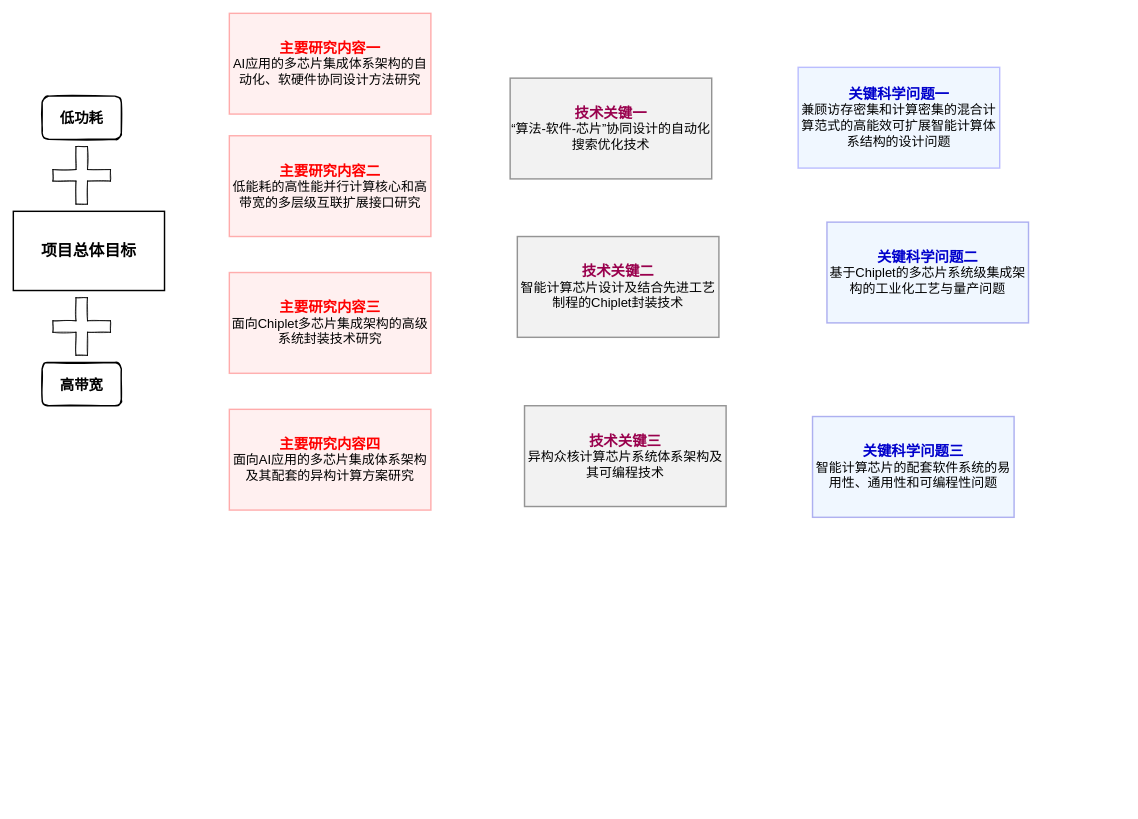
Before: page "Actor_OA" (3 of 3) of ir_bytecode_runtime.drawio in Tianyu9748/hello-world, a draw.io diagram. Source tidied: cells renumbered, new cells numbered last; positions are measured from the earlier drawing's top-left corner, leaving out a move shared by most shapes. Both pictures are drawn from the tidied source at 72%, with x=0, y=0 at pixel (13, 13).
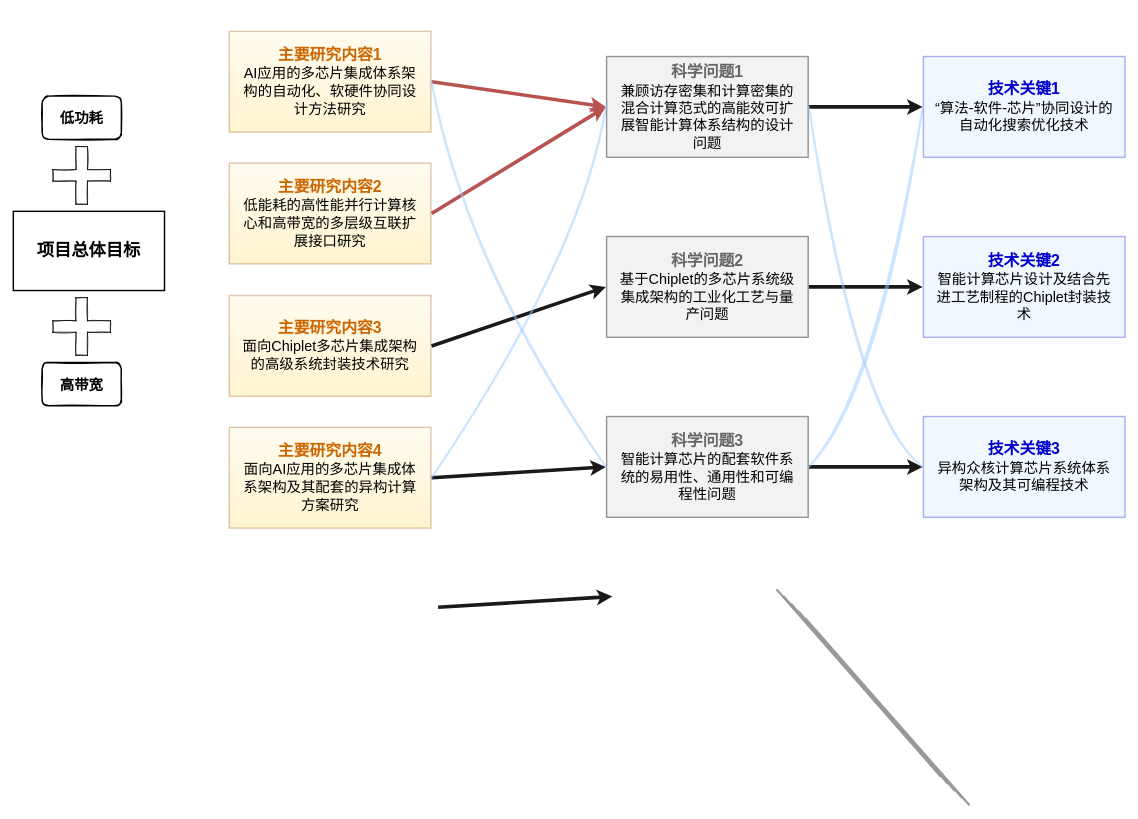
Above is the later version.

Change to the diagram source:
```diff
@@
-    <mxCell id="2" value="&lt;font face=&quot;宋体&quot; style=&quot;font-size: 22px;&quot;&gt;项目总体目标&lt;/font&gt;" style="rounded=0;whiteSpace=wrap;html=1;sketch=0;strokeWidth=2;perimeterSpacing=1;fontStyle=1;fillColor=#FFFFFF;" parent="1" vertex="1">
+    <mxCell id="2" value="&lt;font face=&quot;黑体&quot; style=&quot;font-size: 24px;&quot;&gt;项目总体目标&lt;/font&gt;" style="rounded=0;whiteSpace=wrap;html=1;sketch=0;strokeWidth=2;perimeterSpacing=1;fontStyle=1;fillColor=#FFFFFF;" parent="1" vertex="1">
       <mxGeometry y="275" width="210" height="110" as="geometry" />
     </mxCell>
@@
-    <mxCell id="5" value="&lt;b style=&quot;font-family: 宋体; font-size: 20px;&quot;&gt;&lt;font color=&quot;#0000cc&quot;&gt;关键科学问题三&lt;/font&gt;&lt;/b&gt;&lt;br style=&quot;&quot;&gt;&lt;font face=&quot;黑体&quot;&gt;智能计算芯片的配套软件系统的易用性、通用性和可编程性问题&lt;/font&gt;" style="whiteSpace=wrap;html=1;fontSize=18;rounded=0;gradientDirection=south;sketch=0;fillColor=#CCE5FF;strokeWidth=2;perimeterSpacing=1;opacity=30;strokeColor=#0000CC;" parent="4" vertex="1">
-      <mxGeometry x="1110" y="560" width="280" height="140" as="geometry" />
+    <mxCell id="5" value="&lt;font face=&quot;黑体&quot;&gt;&lt;b style=&quot;&quot;&gt;&lt;font color=&quot;#666666&quot; style=&quot;font-size: 22px; line-height: 1.2;&quot;&gt;科学问题3&lt;/font&gt;&lt;/b&gt;&lt;br style=&quot;font-size: 20px;&quot;&gt;&lt;font style=&quot;font-size: 20px;&quot;&gt;智能计算芯片的配套软件系统的易用性、通用性和可编程性问题&lt;/font&gt;&lt;/font&gt;" style="whiteSpace=wrap;html=1;fontSize=20;rounded=0;gradientDirection=south;sketch=0;fillColor=#E6E6E6;strokeWidth=2;perimeterSpacing=1;opacity=50;strokeColor=#333333;spacingLeft=10;spacingRight=10;glass=0;shadow=0;" parent="4" vertex="1">
+      <mxGeometry x="824" y="560" width="280" height="140" as="geometry" />
     </mxCell>
-    <mxCell id="6" value="&lt;font face=&quot;黑体&quot;&gt;&lt;b style=&quot;font-size: 20px;&quot;&gt;&lt;font style=&quot;&quot; color=&quot;#ff0000&quot;&gt;主要研究内容三&lt;/font&gt;&lt;/b&gt;&lt;br&gt;面向Chiplet多芯片集成架构的高级系统封装技术研究&lt;/font&gt;" style="whiteSpace=wrap;html=1;fontSize=18;rounded=0;sketch=0;fillColor=#FFCCCC;strokeWidth=2;perimeterSpacing=1;opacity=30;strokeColor=#FF0000;" parent="4" vertex="1">
-      <mxGeometry x="300" y="360" width="280" height="140" as="geometry" />
+    <mxCell id="6" value="&lt;font face=&quot;黑体&quot;&gt;&lt;font color=&quot;#cc6600&quot;&gt;&lt;b style=&quot;&quot;&gt;&lt;font style=&quot;font-size: 22px;&quot;&gt;主要研究内容3&lt;/font&gt;&lt;/b&gt;&lt;br&gt;&lt;/font&gt;&lt;font style=&quot;font-size: 20px;&quot;&gt;面向Chiplet多芯片集成架构的高级系统封装技术研究&lt;/font&gt;&lt;/font&gt;" style="whiteSpace=wrap;html=1;fontSize=18;rounded=0;sketch=0;fillColor=#fff2cc;strokeWidth=2;perimeterSpacing=1;opacity=30;strokeColor=#994C00;spacingLeft=10;spacingRight=10;gradientColor=#ffd966;" parent="4" vertex="1">
+      <mxGeometry x="300" y="392" width="280" height="140" as="geometry" />
     </mxCell>
-    <mxCell id="7" value="&lt;font face=&quot;黑体&quot;&gt;&lt;b style=&quot;&quot;&gt;&lt;font color=&quot;#99004d&quot; style=&quot;font-size: 20px;&quot;&gt;技术关键一&lt;/font&gt;&lt;br&gt;&lt;/b&gt;&lt;span style=&quot;background-color: initial; text-indent: 28pt;&quot;&gt;“算法&lt;/span&gt;&lt;span style=&quot;background-color: initial; text-indent: 28pt;&quot; lang=&quot;EN-US&quot;&gt;-&lt;/span&gt;&lt;span style=&quot;background-color: initial; text-indent: 28pt;&quot;&gt;软件&lt;/span&gt;&lt;span style=&quot;background-color: initial; text-indent: 28pt;&quot; lang=&quot;EN-US&quot;&gt;-&lt;/span&gt;&lt;span style=&quot;background-color: initial; text-indent: 28pt;&quot;&gt;芯片”协同设计的自动化搜索优化技术&lt;/span&gt;&lt;/font&gt;&lt;font face=&quot;宋体&quot;&gt;&lt;br&gt;&lt;/font&gt;" style="whiteSpace=wrap;html=1;fontSize=18;rounded=0;strokeWidth=2;glass=0;shadow=0;sketch=0;fillColor=#E6E6E6;perimeterSpacing=1;opacity=50;strokeColor=#333333;" parent="4" vertex="1">
-      <mxGeometry x="690" y="90" width="280" height="140" as="geometry" />
+    <mxCell id="7" value="&lt;font face=&quot;黑体&quot; style=&quot;&quot;&gt;&lt;font color=&quot;#0000cc&quot; style=&quot;font-size: 22px;&quot;&gt;&lt;b style=&quot;&quot;&gt;技术关键1&lt;/b&gt;&lt;/font&gt;&lt;br style=&quot;font-size: 20px;&quot;&gt;&lt;span style=&quot;font-size: 20px; background-color: initial; text-indent: 28pt;&quot;&gt;“算法&lt;/span&gt;&lt;span style=&quot;font-size: 20px; background-color: initial; text-indent: 28pt;&quot; lang=&quot;EN-US&quot;&gt;-&lt;/span&gt;&lt;span style=&quot;font-size: 20px; background-color: initial; text-indent: 28pt;&quot;&gt;软件&lt;/span&gt;&lt;span style=&quot;font-size: 20px; background-color: initial; text-indent: 28pt;&quot; lang=&quot;EN-US&quot;&gt;-&lt;/span&gt;&lt;span style=&quot;font-size: 20px; background-color: initial; text-indent: 28pt;&quot;&gt;芯片”协同设计的自动化搜索优化技术&lt;/span&gt;&lt;/font&gt;&lt;font face=&quot;宋体&quot; style=&quot;font-size: 20px;&quot;&gt;&lt;br style=&quot;font-size: 20px;&quot;&gt;&lt;/font&gt;" style="whiteSpace=wrap;html=1;fontSize=20;rounded=0;strokeWidth=2;glass=0;shadow=0;sketch=0;fillColor=#CCE5FF;perimeterSpacing=1;opacity=30;strokeColor=#0000CC;spacingLeft=10;spacingRight=10;gradientDirection=south;" parent="4" vertex="1">
+      <mxGeometry x="1264" y="60" width="280" height="140" as="geometry" />
     </mxCell>
-    <mxCell id="8" value="&lt;b style=&quot;font-family: 宋体;&quot;&gt;&lt;font color=&quot;#99004d&quot; style=&quot;font-size: 20px;&quot;&gt;技术关键二&lt;/font&gt;&lt;/b&gt;&lt;br style=&quot;font-family: 宋体;&quot;&gt;&lt;font face=&quot;黑体&quot;&gt;智能计算芯片设计及结合先进工艺制程的Chiplet封装技术&lt;/font&gt;" style="whiteSpace=wrap;html=1;fontSize=18;rounded=0;strokeWidth=2;sketch=0;fillColor=#E6E6E6;perimeterSpacing=1;opacity=50;strokeColor=#333333;" parent="4" vertex="1">
-      <mxGeometry x="700" y="310" width="280" height="140" as="geometry" />
+    <mxCell id="8" value="&lt;font face=&quot;黑体&quot;&gt;&lt;b style=&quot;&quot;&gt;&lt;font color=&quot;#0000cc&quot; style=&quot;font-size: 22px;&quot;&gt;技术关键2&lt;/font&gt;&lt;/b&gt;&lt;br style=&quot;font-size: 20px;&quot;&gt;&lt;font style=&quot;font-size: 20px;&quot;&gt;智能计算芯片设计及结合先进工艺制程的Chiplet封装技术&lt;/font&gt;&lt;/font&gt;" style="whiteSpace=wrap;html=1;fontSize=20;rounded=0;strokeWidth=2;sketch=0;fillColor=#CCE5FF;perimeterSpacing=1;opacity=30;strokeColor=#0000CC;spacingLeft=10;spacingRight=10;gradientDirection=south;" parent="4" vertex="1">
+      <mxGeometry x="1264" y="310" width="280" height="140" as="geometry" />
     </mxCell>
-    <mxCell id="9" value="&lt;font face=&quot;黑体&quot;&gt;&lt;b style=&quot;font-size: 20px;&quot;&gt;&lt;font style=&quot;&quot; color=&quot;#ff0000&quot;&gt;主要研究内容四&lt;/font&gt;&lt;/b&gt;&lt;br&gt;面向AI应用的多芯片集成体系架构及其配套的异构计算方案研究&lt;/font&gt;" style="whiteSpace=wrap;html=1;fontSize=18;rounded=0;sketch=0;fillColor=#FFCCCC;strokeWidth=2;perimeterSpacing=1;opacity=30;strokeColor=#FF0000;" parent="4" vertex="1">
-      <mxGeometry x="300" y="550" width="280" height="140" as="geometry" />
+    <mxCell id="9" value="&lt;font face=&quot;黑体&quot;&gt;&lt;font color=&quot;#cc6600&quot;&gt;&lt;b style=&quot;&quot;&gt;&lt;font style=&quot;font-size: 22px;&quot;&gt;主要研究内容4&lt;/font&gt;&lt;/b&gt;&lt;br&gt;&lt;/font&gt;&lt;font style=&quot;font-size: 20px;&quot;&gt;面向AI应用的多芯片集成体系架构及其配套的异构计算方案研究&lt;/font&gt;&lt;/font&gt;" style="whiteSpace=wrap;html=1;fontSize=18;rounded=0;sketch=0;fillColor=#fff2cc;strokeWidth=2;perimeterSpacing=1;opacity=30;strokeColor=#994C00;spacingLeft=10;spacingRight=10;gradientColor=#ffd966;" parent="4" vertex="1">
+      <mxGeometry x="300" y="575" width="280" height="140" as="geometry" />
     </mxCell>
-    <mxCell id="10" value="&lt;font face=&quot;黑体&quot;&gt;&lt;b style=&quot;font-size: 20px;&quot;&gt;&lt;font style=&quot;&quot; color=&quot;#ff0000&quot;&gt;主要研究内容二&lt;/font&gt;&lt;/b&gt;&lt;br style=&quot;color: rgb(0, 0, 0);&quot;&gt;&lt;span style=&quot;color: rgb(0, 0, 0);&quot;&gt;低能耗的高性能并行计算核心和高带宽的多层级互联扩展接口研究&lt;/span&gt;&lt;/font&gt;" style="whiteSpace=wrap;html=1;fontSize=18;rounded=0;sketch=0;fillColor=#FFCCCC;strokeWidth=2;perimeterSpacing=1;opacity=30;strokeColor=#FF0000;" parent="4" vertex="1">
-      <mxGeometry x="300" y="170" width="280" height="140" as="geometry" />
+    <mxCell id="10" value="&lt;font style=&quot;&quot; face=&quot;黑体&quot;&gt;&lt;b style=&quot;&quot;&gt;&lt;font color=&quot;#cc6600&quot; style=&quot;font-size: 22px;&quot;&gt;主要研究内容2&lt;/font&gt;&lt;/b&gt;&lt;br style=&quot;&quot;&gt;&lt;span style=&quot;font-size: 20px; color: rgb(0, 0, 0);&quot;&gt;低能耗的高性能并行计算核心和高带宽的多层级互联扩展接口研究&lt;/span&gt;&lt;/font&gt;" style="whiteSpace=wrap;html=1;fontSize=18;rounded=0;sketch=0;fillColor=#fff2cc;strokeWidth=2;perimeterSpacing=1;opacity=30;strokeColor=#994C00;spacingLeft=10;spacingRight=10;gradientColor=#ffd966;" parent="4" vertex="1">
+      <mxGeometry x="300" y="208" width="280" height="140" as="geometry" />
     </mxCell>
-    <mxCell id="11" value="&lt;font color=&quot;#99004d&quot;&gt;&lt;b style=&quot;font-family: 宋体;&quot;&gt;&lt;font style=&quot;font-size: 20px;&quot;&gt;技术关键三&lt;/font&gt;&lt;/b&gt;&lt;br style=&quot;font-family: 宋体;&quot;&gt;&lt;/font&gt;&lt;font face=&quot;黑体&quot;&gt;异构众核计算芯片系统体系架构及其可编程技术&lt;/font&gt;&lt;font face=&quot;宋体&quot; style=&quot;font-size: 18px;&quot;&gt;&lt;br&gt;&lt;/font&gt;" style="whiteSpace=wrap;html=1;fontSize=18;rounded=0;strokeWidth=2;sketch=0;fillColor=#E6E6E6;perimeterSpacing=1;opacity=50;strokeColor=#333333;" parent="4" vertex="1">
-      <mxGeometry x="710" y="545" width="280" height="140" as="geometry" />
+    <mxCell id="11" value="&lt;font face=&quot;黑体&quot;&gt;&lt;b style=&quot;&quot;&gt;&lt;font color=&quot;#0000cc&quot; style=&quot;font-size: 22px;&quot;&gt;技术关键3&lt;/font&gt;&lt;/b&gt;&lt;br style=&quot;font-size: 20px;&quot;&gt;&lt;font style=&quot;font-size: 20px;&quot;&gt;异构众核计算芯片系统体系架构及其可编程技术&lt;/font&gt;&lt;/font&gt;&lt;font face=&quot;宋体&quot; style=&quot;font-size: 20px;&quot;&gt;&lt;br style=&quot;font-size: 20px;&quot;&gt;&lt;/font&gt;" style="whiteSpace=wrap;html=1;fontSize=20;rounded=0;strokeWidth=2;sketch=0;fillColor=#CCE5FF;perimeterSpacing=1;opacity=30;strokeColor=#0000CC;spacingLeft=10;spacingRight=10;gradientDirection=south;" parent="4" vertex="1">
+      <mxGeometry x="1264" y="560" width="280" height="140" as="geometry" />
     </mxCell>
-    <mxCell id="12" value="&lt;b style=&quot;font-family: 宋体; font-size: 20px;&quot;&gt;&lt;font color=&quot;#0000cc&quot;&gt;关键科学问题二&lt;/font&gt;&lt;/b&gt;&lt;br style=&quot;&quot;&gt;&lt;font face=&quot;黑体&quot;&gt;基于&lt;span style=&quot;&quot; lang=&quot;EN-US&quot;&gt;Chiplet&lt;/span&gt;的多芯片系统级集成架构的工业化工艺与量产问题&lt;/font&gt;" style="whiteSpace=wrap;html=1;fontSize=18;rounded=0;gradientDirection=south;sketch=0;fillColor=#CCE5FF;strokeWidth=2;perimeterSpacing=1;opacity=30;strokeColor=#0000CC;" parent="4" vertex="1">
-      <mxGeometry x="1130" y="290" width="280" height="140" as="geometry" />
+    <mxCell id="12" value="&lt;font face=&quot;黑体&quot;&gt;&lt;b style=&quot;&quot;&gt;&lt;font color=&quot;#666666&quot; style=&quot;font-size: 22px;&quot;&gt;科学问题2&lt;/font&gt;&lt;/b&gt;&lt;br style=&quot;font-size: 20px;&quot;&gt;&lt;font style=&quot;font-size: 20px;&quot;&gt;基于&lt;span style=&quot;font-size: 20px;&quot; lang=&quot;EN-US&quot;&gt;Chiplet&lt;/span&gt;的多芯片系统级集成架构的工业化工艺与量产问题&lt;/font&gt;&lt;/font&gt;" style="whiteSpace=wrap;html=1;fontSize=20;rounded=0;gradientDirection=south;sketch=0;fillColor=#E6E6E6;strokeWidth=2;perimeterSpacing=1;opacity=50;strokeColor=#333333;spacingLeft=10;spacingRight=10;glass=0;shadow=0;" parent="4" vertex="1">
+      <mxGeometry x="824" y="310" width="280" height="140" as="geometry" />
     </mxCell>
-    <mxCell id="13" value="&lt;font color=&quot;#0000cc&quot; size=&quot;1&quot; style=&quot;font-family: 宋体;&quot;&gt;&lt;b style=&quot;font-size: 20px;&quot;&gt;关键科学问题一&lt;/b&gt;&lt;/font&gt;&lt;br&gt;&lt;font face=&quot;黑体&quot;&gt;兼顾访存密集和计算密集的混合计算范式的高能效可扩展智能计算体系结构的设计问题&lt;/font&gt;" style="whiteSpace=wrap;html=1;fontSize=18;rounded=0;gradientDirection=south;sketch=0;fillColor=#CCE5FF;strokeWidth=2;perimeterSpacing=1;fixDash=0;opacity=30;strokeColor=#3333FF;" parent="4" vertex="1">
-      <mxGeometry x="1090" y="75" width="280" height="140" as="geometry" />
+    <mxCell id="13" value="&lt;font face=&quot;黑体&quot;&gt;&lt;font color=&quot;#666666&quot; size=&quot;1&quot; style=&quot;&quot;&gt;&lt;span style=&quot;font-size: 22px;&quot;&gt;&lt;b style=&quot;&quot;&gt;科学问题1&lt;/b&gt;&lt;/span&gt;&lt;/font&gt;&lt;br style=&quot;font-size: 20px;&quot;&gt;&lt;font style=&quot;font-size: 20px;&quot;&gt;兼顾访存密集和计算密集的混合计算范式的高能效可扩展智能计算体系结构的设计问题&lt;/font&gt;&lt;/font&gt;" style="whiteSpace=wrap;html=1;fontSize=20;rounded=0;gradientDirection=south;sketch=0;fillColor=#E6E6E6;strokeWidth=2;perimeterSpacing=1;fixDash=0;opacity=50;strokeColor=#333333;spacingLeft=10;spacingRight=10;glass=0;shadow=0;" parent="4" vertex="1">
+      <mxGeometry x="824" y="60" width="280" height="140" as="geometry" />
     </mxCell>
-    <mxCell id="14" value="&lt;font face=&quot;黑体&quot; style=&quot;font-size: 20px;&quot;&gt;低功耗&lt;/font&gt;" style="rounded=1;whiteSpace=wrap;html=1;sketch=1;strokeWidth=2;perimeterSpacing=1;fontStyle=1;fillColor=#FFFFFF;" parent="4" vertex="1">
+    <mxCell id="14" value="&lt;font face=&quot;黑体&quot; style=&quot;font-size: 20px;&quot;&gt;低功耗&lt;/font&gt;" style="rounded=1;whiteSpace=wrap;html=1;sketch=1;strokeWidth=2;perimeterSpacing=1;fontStyle=1;fillColor=#FFFFFF;fontSize=20;" parent="4" vertex="1">
       <mxGeometry x="40" y="115" width="110" height="60" as="geometry" />
     </mxCell>
@@
-    <mxCell id="17" value="&lt;font face=&quot;黑体&quot;&gt;&lt;b style=&quot;font-size: 20px;&quot;&gt;&lt;font color=&quot;#ff0000&quot; style=&quot;&quot;&gt;主要研究内容一&lt;br&gt;&lt;/font&gt;&lt;/b&gt;AI应用的多芯片集成体系架构的自动化、软硬件协同设计方法研究&lt;/font&gt;" style="whiteSpace=wrap;html=1;fontSize=18;rounded=0;sketch=0;fillColor=#FFCCCC;strokeWidth=2;perimeterSpacing=1;opacity=30;strokeColor=#FF0000;" parent="4" vertex="1">
-      <mxGeometry x="300" width="280" height="140" as="geometry" />
+    <mxCell id="17" value="&lt;font style=&quot;&quot; face=&quot;黑体&quot;&gt;&lt;b style=&quot;&quot;&gt;&lt;font color=&quot;#cc6600&quot;&gt;&lt;font style=&quot;font-size: 22px;&quot;&gt;主要研究内容1&lt;/font&gt;&lt;br&gt;&lt;/font&gt;&lt;/b&gt;&lt;span style=&quot;font-size: 20px;&quot;&gt;AI应用的多芯片集成体系架构的自动化、软硬件协同设计方法研究&lt;/span&gt;&lt;/font&gt;" style="whiteSpace=wrap;html=1;fontSize=18;rounded=0;sketch=0;fillColor=#fff2cc;strokeWidth=2;perimeterSpacing=1;opacity=30;strokeColor=#994C00;spacingLeft=10;spacingRight=10;gradientColor=#ffd966;" parent="4" vertex="1">
+      <mxGeometry x="300" y="25" width="280" height="140" as="geometry" />
     </mxCell>
+    <mxCell id="18" style="endArrow=classic;html=1;rounded=1;fontFamily=Helvetica;fontSize=24;fontColor=#FF8000;strokeColor=#1A1A1A;strokeWidth=5;curved=0;exitX=1;exitY=0.5;exitDx=0;exitDy=0;entryX=0;entryY=0.5;entryDx=0;entryDy=0;" parent="4" edge="1" source="5" target="11">
+      <mxGeometry relative="1" as="geometry" />
+    </mxCell>
+    <mxCell id="19" style="endArrow=classic;html=1;rounded=1;fontFamily=Helvetica;fontSize=24;fontColor=#FF8000;strokeColor=#1A1A1A;strokeWidth=5;curved=0;entryX=0;entryY=0.5;entryDx=0;entryDy=0;" parent="4" edge="1" source="13" target="7">
+      <mxGeometry relative="1" as="geometry" />
+    </mxCell>
+    <mxCell id="20" style="endArrow=classic;html=1;rounded=1;fontFamily=Helvetica;fontSize=24;fontColor=#FF8000;strokeColor=#1A1A1A;strokeWidth=5;curved=0;exitX=1;exitY=0.5;exitDx=0;exitDy=0;entryX=0;entryY=0.5;entryDx=0;entryDy=0;" parent="4" edge="1" source="12" target="8">
+      <mxGeometry relative="1" as="geometry" />
+    </mxCell>
+    <mxCell id="21" style="endArrow=classic;html=1;rounded=1;fontFamily=Helvetica;fontSize=24;fontColor=#666666;strokeColor=#1A1A1A;strokeWidth=5;curved=0;exitX=1;exitY=0.5;exitDx=0;exitDy=0;entryX=0;entryY=0.5;entryDx=0;entryDy=0;" parent="4" edge="1" source="9" target="5">
+      <mxGeometry relative="1" as="geometry" />
+    </mxCell>
+    <mxCell id="22" style="endArrow=classic;html=1;rounded=1;fontFamily=Helvetica;fontSize=24;fontColor=#666666;strokeColor=#b85450;strokeWidth=5;curved=0;exitX=1;exitY=0.5;exitDx=0;exitDy=0;entryX=0;entryY=0.5;entryDx=0;entryDy=0;fillColor=#f8cecc;gradientColor=#ea6b66;" parent="4" edge="1" source="10" target="13">
+      <mxGeometry relative="1" as="geometry" />
+    </mxCell>
+    <mxCell id="23" style="endArrow=classic;html=1;rounded=1;fontFamily=Helvetica;fontSize=24;fontColor=#666666;strokeColor=#b85450;strokeWidth=5;curved=0;exitX=1;exitY=0.5;exitDx=0;exitDy=0;entryX=0;entryY=0.5;entryDx=0;entryDy=0;fillColor=#f8cecc;gradientColor=#ea6b66;" parent="4" edge="1" source="17" target="13">
+      <mxGeometry relative="1" as="geometry" />
+    </mxCell>
+    <mxCell id="24" style="endArrow=classic;html=1;rounded=1;fontFamily=Helvetica;fontSize=24;fontColor=#666666;strokeColor=#1A1A1A;strokeWidth=5;curved=0;exitX=1;exitY=0.5;exitDx=0;exitDy=0;entryX=0;entryY=0.5;entryDx=0;entryDy=0;" parent="4" edge="1" source="6" target="12">
+      <mxGeometry relative="1" as="geometry" />
+    </mxCell>
+    <mxCell id="25" style="endArrow=classic;html=1;rounded=1;fontFamily=Helvetica;fontSize=24;fontColor=#666666;strokeColor=#1A1A1A;strokeWidth=5;curved=0;exitX=1;exitY=0.5;exitDx=0;exitDy=0;entryX=0;entryY=0.5;entryDx=0;entryDy=0;" parent="4" edge="1">
+      <mxGeometry relative="1" as="geometry">
+        <mxPoint x="590" y="825" as="sourcePoint" />
+        <mxPoint x="832" y="810" as="targetPoint" />
+      </mxGeometry>
+    </mxCell>
+    <mxCell id="26" style="endArrow=none;html=1;rounded=1;fontFamily=Helvetica;fontSize=24;fontColor=#666666;strokeColor=#999999;strokeWidth=3;curved=0;endFill=0;entryX=0;entryY=0.5;entryDx=0;entryDy=0;" parent="4" edge="1">
+      <mxGeometry relative="1" as="geometry">
+        <mxPoint x="1060" y="800" as="sourcePoint" />
+        <mxPoint x="1288" y="1060" as="targetPoint" />
+      </mxGeometry>
+    </mxCell>
+    <mxCell id="27" style="endArrow=none;html=1;rounded=1;fontFamily=Helvetica;fontSize=24;fontColor=#666666;strokeColor=#999999;strokeWidth=3;curved=0;endFill=0;entryX=0;entryY=0.5;entryDx=0;entryDy=0;" parent="4" edge="1">
+      <mxGeometry relative="1" as="geometry">
+        <mxPoint x="1070" y="810" as="sourcePoint" />
+        <mxPoint x="1298" y="1070" as="targetPoint" />
+      </mxGeometry>
+    </mxCell>
+    <mxCell id="28" style="endArrow=none;html=1;rounded=1;fontFamily=Helvetica;fontSize=24;fontColor=#666666;strokeColor=#999999;strokeWidth=3;curved=0;endFill=0;entryX=0;entryY=0.5;entryDx=0;entryDy=0;" parent="4" edge="1">
+      <mxGeometry relative="1" as="geometry">
+        <mxPoint x="1080" y="820" as="sourcePoint" />
+        <mxPoint x="1308" y="1080" as="targetPoint" />
+      </mxGeometry>
+    </mxCell>
+    <mxCell id="29" style="endArrow=none;html=1;rounded=1;fontFamily=Helvetica;fontSize=24;fontColor=#666666;strokeColor=#999999;strokeWidth=3;curved=0;endFill=0;entryX=0;entryY=0.5;entryDx=0;entryDy=0;" parent="4" edge="1">
+      <mxGeometry relative="1" as="geometry">
+        <mxPoint x="1090" y="830" as="sourcePoint" />
+        <mxPoint x="1318" y="1090" as="targetPoint" />
+      </mxGeometry>
+    </mxCell>
+    <mxCell id="30" style="endArrow=none;html=1;rounded=1;fontFamily=Helvetica;fontSize=24;fontColor=#666666;strokeColor=#999999;strokeWidth=3;curved=0;endFill=0;entryX=0;entryY=0.5;entryDx=0;entryDy=0;" parent="4" edge="1">
+      <mxGeometry relative="1" as="geometry">
+        <mxPoint x="1100" y="840" as="sourcePoint" />
+        <mxPoint x="1328" y="1100" as="targetPoint" />
+      </mxGeometry>
+    </mxCell>
+    <mxCell id="31" style="endArrow=none;html=1;shadow=0;sketch=1;fontFamily=Helvetica;fontSize=24;fontColor=#666666;strokeColor=#99CCFF;strokeWidth=3;opacity=50;entryX=0;entryY=0.5;entryDx=0;entryDy=0;exitX=1;exitY=0.5;exitDx=0;exitDy=0;curved=1;" parent="4" edge="1" source="5" target="7">
+      <mxGeometry relative="1" as="geometry">
+        <Array as="points">
+          <mxPoint x="1200" y="530" />
+        </Array>
+      </mxGeometry>
+    </mxCell>
+    <mxCell id="32" style="endArrow=none;html=1;shadow=0;sketch=1;fontFamily=Helvetica;fontSize=24;fontColor=#666666;strokeColor=#99CCFF;strokeWidth=3;opacity=50;curved=1;entryX=1;entryY=0.5;entryDx=0;entryDy=0;exitX=0;exitY=0.5;exitDx=0;exitDy=0;" parent="4" edge="1" source="11" target="13">
+      <mxGeometry relative="1" as="geometry">
+        <Array as="points">
+          <mxPoint x="1170" y="560" />
+        </Array>
+      </mxGeometry>
+    </mxCell>
+    <mxCell id="33" style="endArrow=none;html=1;shadow=0;sketch=1;fontFamily=Helvetica;fontSize=24;fontColor=#666666;strokeColor=#99CCFF;strokeWidth=3;opacity=50;curved=1;exitX=1;exitY=0.5;exitDx=0;exitDy=0;entryX=0;entryY=0.5;entryDx=0;entryDy=0;" parent="4" edge="1" source="9" target="13">
+      <mxGeometry relative="1" as="geometry">
+        <Array as="points">
+          <mxPoint x="790" y="340" />
+        </Array>
+      </mxGeometry>
+    </mxCell>
+    <mxCell id="34" style="endArrow=none;html=1;shadow=0;sketch=1;fontFamily=Helvetica;fontSize=24;fontColor=#666666;strokeColor=#99CCFF;strokeWidth=3;opacity=50;curved=1;exitX=1;exitY=0.5;exitDx=0;exitDy=0;entryX=0;entryY=0.5;entryDx=0;entryDy=0;" parent="4" edge="1" source="17" target="5">
+      <mxGeometry relative="1" as="geometry">
+        <Array as="points">
+          <mxPoint x="630" y="350" />
+        </Array>
+      </mxGeometry>
+    </mxCell>
```
